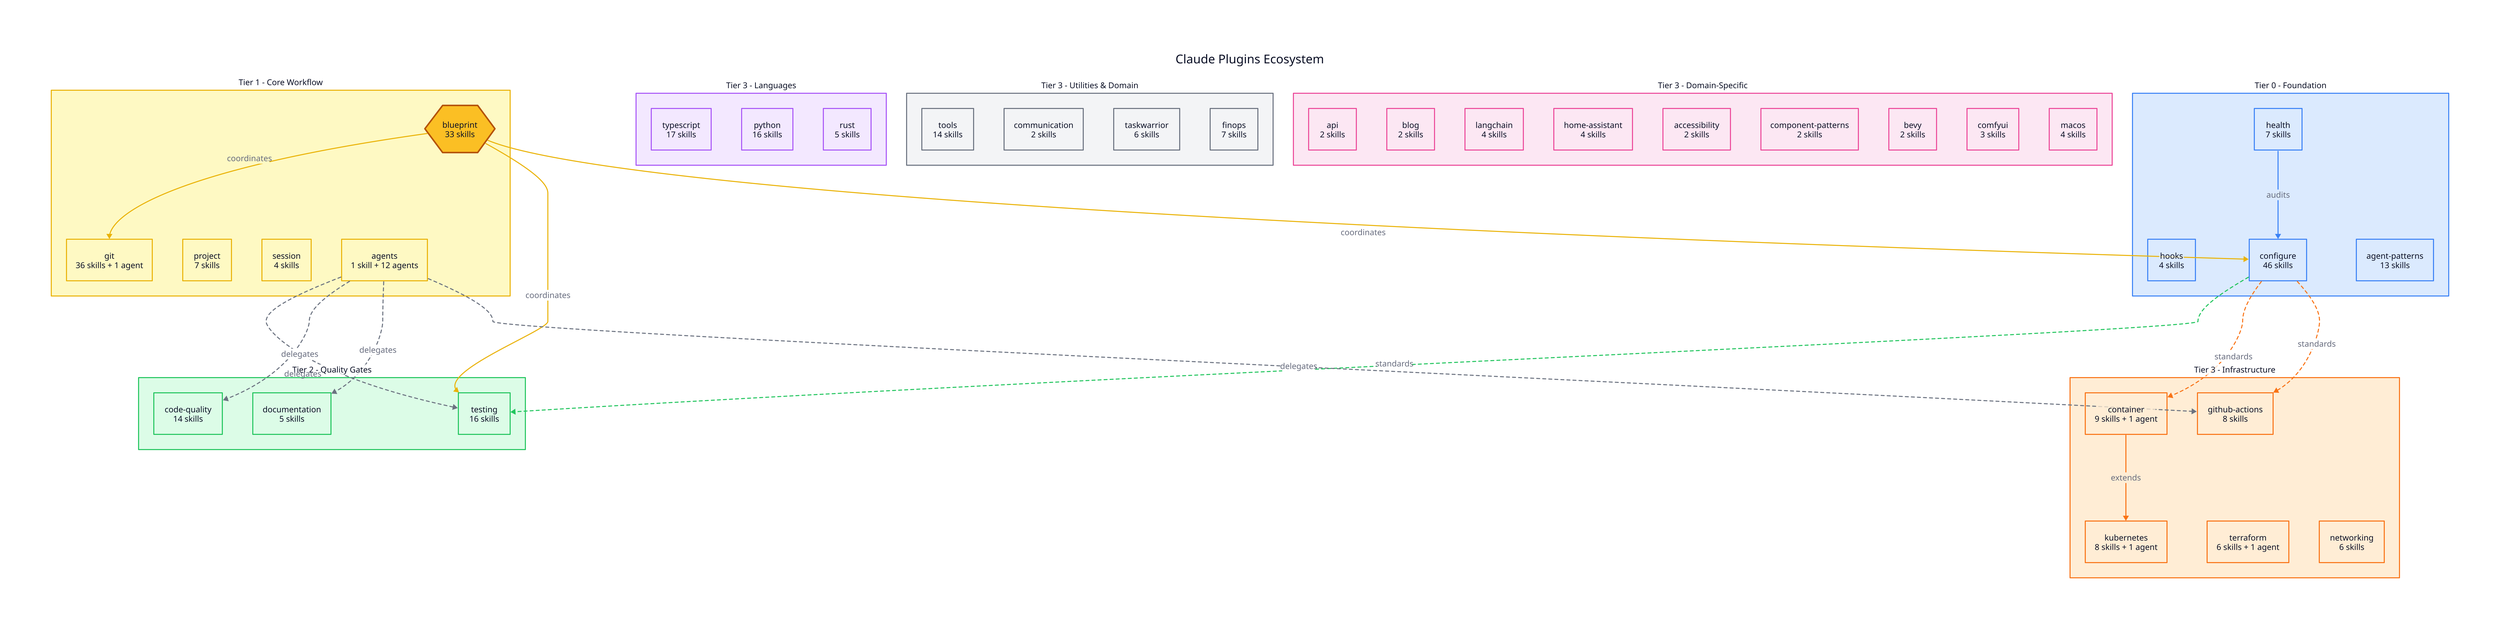
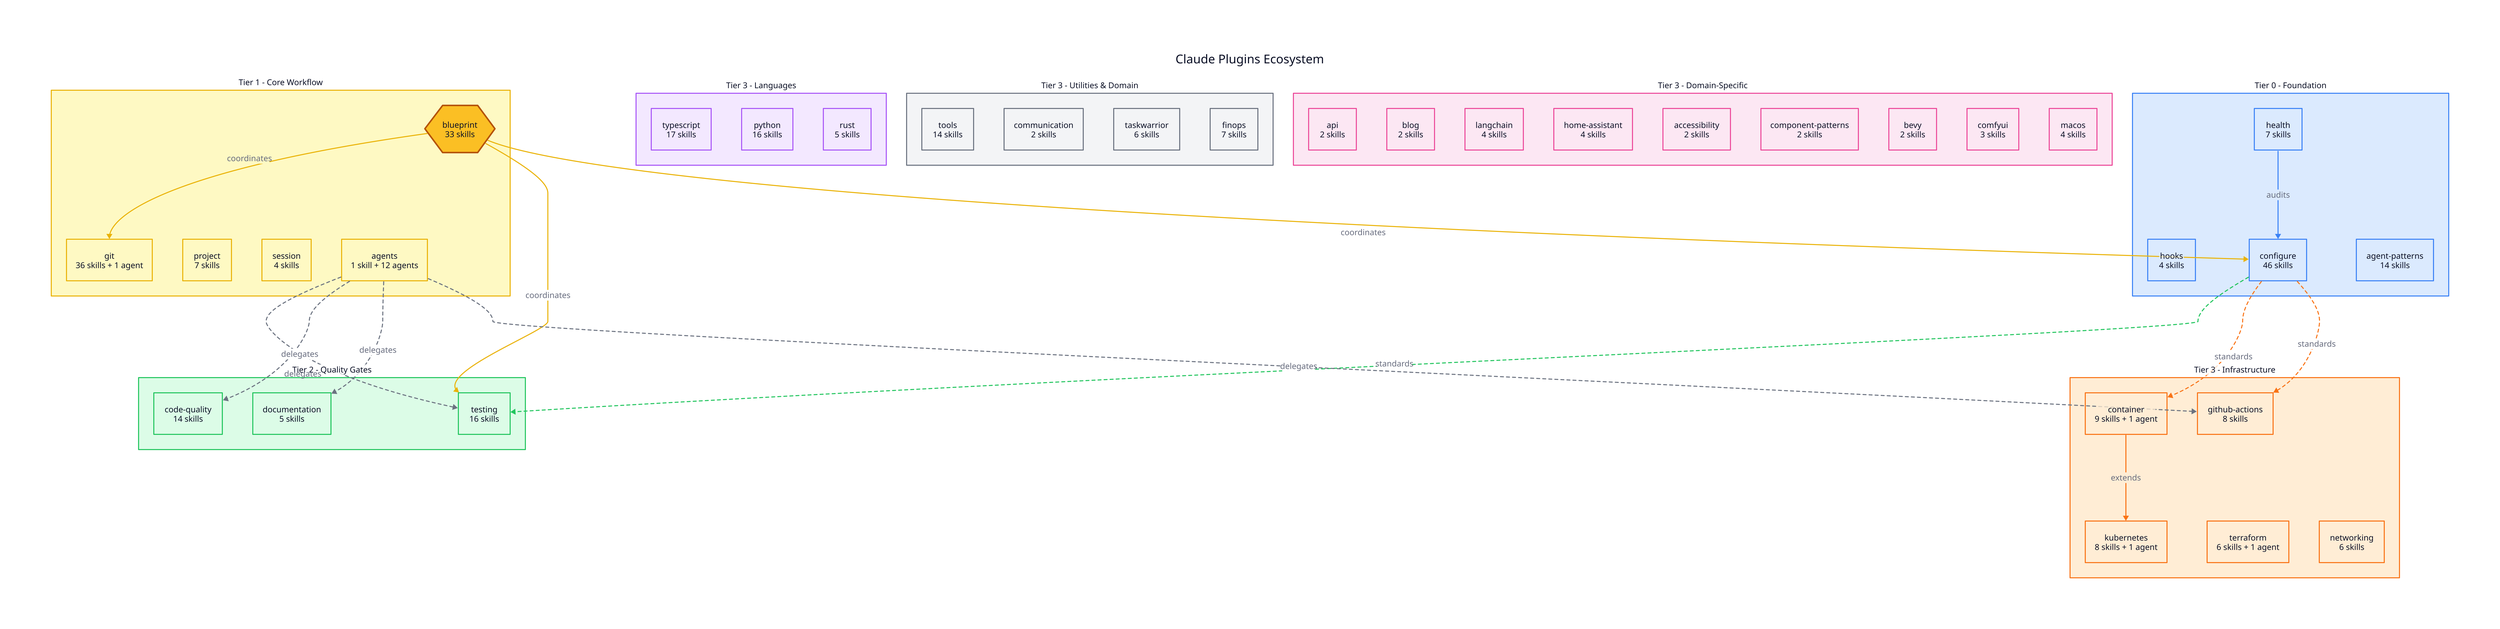
direction: down

title: "Claude Plugins Ecosystem" {
  near: top-center
  shape: text
  style: {
    font-size: 24
    bold: true
  }
}

# === CLASSES ===
classes: {
  foundation: {
    style.fill: "#dbeafe"
    style.stroke: "#3b82f6"
  }
  core: {
    style.fill: "#fef9c3"
    style.stroke: "#eab308"
  }
  quality: {
    style.fill: "#dcfce7"
    style.stroke: "#22c55e"
  }
  language: {
    style.fill: "#f3e8ff"
    style.stroke: "#a855f7"
  }
  infra: {
    style.fill: "#ffedd5"
    style.stroke: "#f97316"
  }
  utility: {
    style.fill: "#f3f4f6"
    style.stroke: "#6b7280"
  }
  domain: {
    style.fill: "#fce7f3"
    style.stroke: "#ec4899"
  }
}

# === TIER 0: FOUNDATION ===
foundation: {
  label: "Tier 0 - Foundation"
  class: foundation
  style.font-size: 16
  style.bold: true

  health: {
    label: "health\n7 skills"
    shape: rectangle
    class: foundation
  }
  hooks: {
    label: "hooks\n4 skills"
    shape: rectangle
    class: foundation
  }
  configure: {
    label: "configure\n46 skills"
    shape: rectangle
    class: foundation
  }
  agent-patterns: {
-     label: "agent-patterns\n13 skills"
+     label: "agent-patterns\n14 skills"
    shape: rectangle
    class: foundation
  }
}

# === TIER 1: CORE WORKFLOW ===
core: {
  label: "Tier 1 - Core Workflow"
  class: core
  style.font-size: 16
  style.bold: true

  blueprint: {
    label: "blueprint\n33 skills"
    shape: hexagon
    style.fill: "#fbbf24"
    style.stroke: "#b45309"
    style.stroke-width: 3
  }
  git: {
    label: "git\n36 skills + 1 agent"
    shape: rectangle
    class: core
  }
  project: {
    label: "project\n7 skills"
    shape: rectangle
    class: core
  }
  session: {
    label: "session\n4 skills"
    shape: rectangle
    class: core
  }
  agents: {
    label: "agents\n1 skill + 12 agents"
    shape: rectangle
    class: core
  }
}

# === TIER 2: QUALITY GATES ===
quality: {
  label: "Tier 2 - Quality Gates"
  class: quality
  style.font-size: 16
  style.bold: true

  testing: {
    label: "testing\n16 skills"
    shape: rectangle
    class: quality
  }
  code-quality: {
    label: "code-quality\n14 skills"
    shape: rectangle
    class: quality
  }
  documentation: {
    label: "documentation\n5 skills"
    shape: rectangle
    class: quality
  }
}

# === TIER 3: LANGUAGE ===
language: {
  label: "Tier 3 - Languages"
  class: language
  style.font-size: 16
  style.bold: true

  typescript: {
    label: "typescript\n17 skills"
    shape: rectangle
    class: language
  }
  python: {
    label: "python\n16 skills"
    shape: rectangle
    class: language
  }
  rust: {
    label: "rust\n5 skills"
    shape: rectangle
    class: language
  }
}

# === TIER 3: INFRASTRUCTURE ===
infra: {
  label: "Tier 3 - Infrastructure"
  class: infra
  style.font-size: 16
  style.bold: true

  container: {
    label: "container\n9 skills + 1 agent"
    shape: rectangle
    class: infra
  }
  kubernetes: {
    label: "kubernetes\n8 skills + 1 agent"
    shape: rectangle
    class: infra
  }
  terraform: {
    label: "terraform\n6 skills + 1 agent"
    shape: rectangle
    class: infra
  }
  github-actions: {
    label: "github-actions\n8 skills"
    shape: rectangle
    class: infra
  }
  networking: {
    label: "networking\n6 skills"
    shape: rectangle
    class: infra
  }
}

# === TIER 3: UTILITIES & DOMAIN ===
utilities: {
  label: "Tier 3 - Utilities & Domain"
  class: utility
  style.font-size: 16
  style.bold: true

  tools: {
    label: "tools\n14 skills"
    shape: rectangle
    class: utility
  }
  communication: {
    label: "communication\n2 skills"
    shape: rectangle
    class: utility
  }
  taskwarrior: {
    label: "taskwarrior\n6 skills"
    shape: rectangle
    class: utility
  }
  finops: {
    label: "finops\n7 skills"
    shape: rectangle
    class: utility
  }
}

domain: {
  label: "Tier 3 - Domain-Specific"
  class: domain
  style.font-size: 16
  style.bold: true

  api: {
    label: "api\n2 skills"
    shape: rectangle
    class: domain
  }
  blog: {
    label: "blog\n2 skills"
    shape: rectangle
    class: domain
  }
  langchain: {
    label: "langchain\n4 skills"
    shape: rectangle
    class: domain
  }
  home-assistant: {
    label: "home-assistant\n4 skills"
    shape: rectangle
    class: domain
  }
  accessibility: {
    label: "accessibility\n2 skills"
    shape: rectangle
    class: domain
  }
  component-patterns: {
    label: "component-patterns\n2 skills"
    shape: rectangle
    class: domain
  }
  bevy: {
    label: "bevy\n2 skills"
    shape: rectangle
    class: domain
  }
  comfyui: {
    label: "comfyui\n3 skills"
    shape: rectangle
    class: domain
  }
  macos: {
    label: "macos\n4 skills"
    shape: rectangle
    class: domain
  }
}

# === RELATIONSHIPS ===

# Foundation flows
foundation.health -> foundation.configure: "audits" {
  style.stroke: "#3b82f6"
}

# Configure provides standards for
foundation.configure -> quality.testing: "standards" {
  style.stroke: "#22c55e"
  style.stroke-dash: 3
}
foundation.configure -> infra.container: "standards" {
  style.stroke: "#f97316"
  style.stroke-dash: 3
}
foundation.configure -> infra.github-actions: "standards" {
  style.stroke: "#f97316"
  style.stroke-dash: 3
}

# Blueprint coordinates
core.blueprint -> core.git: "coordinates" {
  style.stroke: "#eab308"
}
core.blueprint -> quality.testing: "coordinates" {
  style.stroke: "#eab308"
}
core.blueprint -> foundation.configure: "coordinates" {
  style.stroke: "#eab308"
}

# Agents delegate to
core.agents -> quality.testing: "delegates" {
  style.stroke: "#6b7280"
  style.stroke-dash: 3
}
core.agents -> quality.code-quality: "delegates" {
  style.stroke: "#6b7280"
  style.stroke-dash: 3
}
core.agents -> quality.documentation: "delegates" {
  style.stroke: "#6b7280"
  style.stroke-dash: 3
}
core.agents -> infra.github-actions: "delegates" {
  style.stroke: "#6b7280"
  style.stroke-dash: 3
}

# Infrastructure extends
infra.container -> infra.kubernetes: "extends" {
  style.stroke: "#f97316"
}
